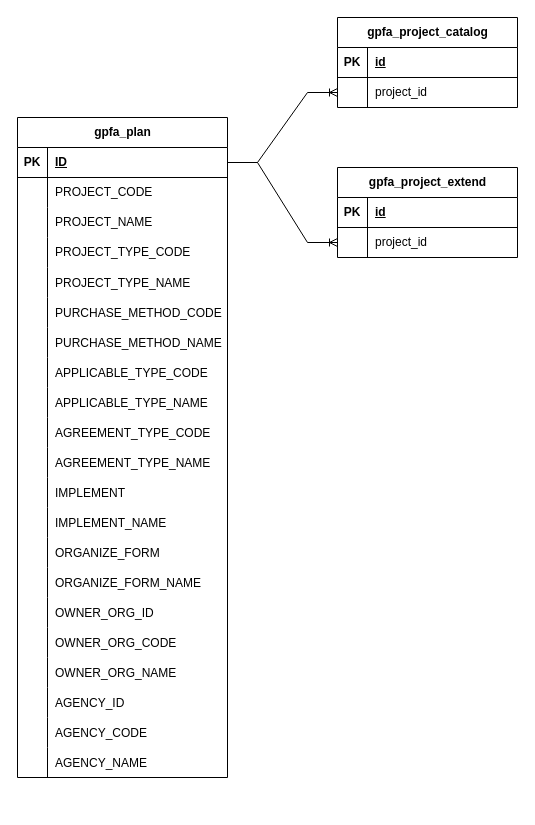
Above: agtender_plan_accept.drawio in IIceBreakker/draw.io (draw.io), before the change. Source tidied: cells renumbered, new cells numbered last; positions are measured from the earlier drawing's top-left corner, leaving out a move shared by most shapes. Both pictures are drawn from the tidied source at 100%, with x=0, y=0 at pixel (17, 17).
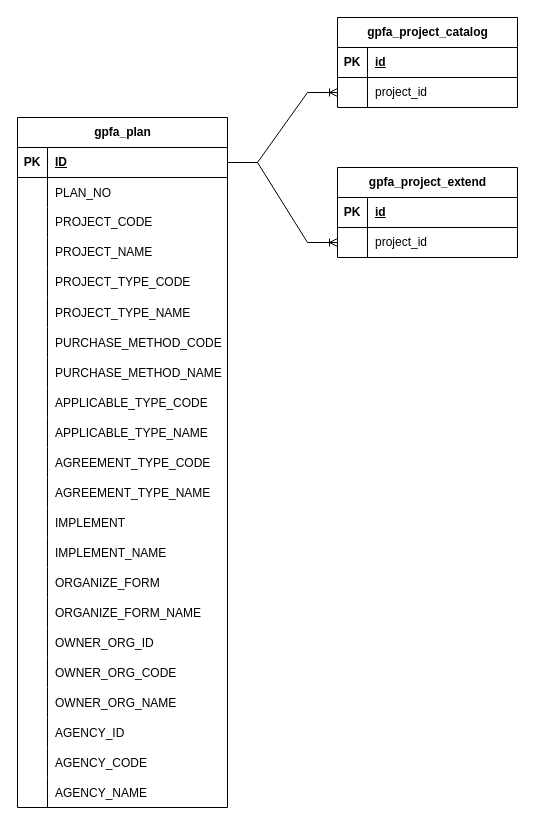
The same diagram, later.

Change to the diagram source:
```diff
@@
     <mxCell id="2" value="gpfa_plan" style="shape=table;startSize=30;childLayout=tableLayout;rowLines=0;fontStyle=1;align=center;html=1;" parent="1" vertex="1">
-      <mxGeometry y="100" width="210" height="660" as="geometry" />
+      <mxGeometry y="100" width="210" height="690" as="geometry" />
     </mxCell>
@@
+    <mxCell id="82" style="shape=tableRow;horizontal=0;startSize=0;swimlaneHead=0;swimlaneBody=0;fillColor=none;top=0;left=0;right=0;bottom=0;" parent="2" vertex="1">
+      <mxGeometry y="60" width="210" height="30" as="geometry" />
+    </mxCell>
+    <mxCell id="83" style="shape=partialRectangle;fillColor=none;top=0;left=0;bottom=0;right=0;overflow=hidden;" parent="82" vertex="1">
+      <mxGeometry width="30" height="30" as="geometry" />
+    </mxCell>
+    <mxCell id="84" value="PLAN_NO" style="shape=partialRectangle;fillColor=none;top=0;left=0;bottom=0;right=0;align=left;spacingLeft=6;overflow=hidden;" parent="82" vertex="1">
+      <mxGeometry x="30" width="180" height="30" as="geometry" />
+    </mxCell>
     <mxCell id="6" style="shape=tableRow;horizontal=0;startSize=0;swimlaneHead=0;swimlaneBody=0;fillColor=none;top=0;left=0;right=0;bottom=0;" parent="2" vertex="1">
-      <mxGeometry y="60" width="210" height="30" as="geometry" />
+      <mxGeometry y="90" width="210" height="30" as="geometry" />
     </mxCell>
@@
     <mxCell id="9" style="shape=tableRow;horizontal=0;startSize=0;swimlaneHead=0;swimlaneBody=0;fillColor=none;top=0;left=0;right=0;bottom=0;" parent="2" vertex="1">
-      <mxGeometry y="90" width="210" height="30" as="geometry" />
+      <mxGeometry y="120" width="210" height="30" as="geometry" />
     </mxCell>
@@
     <mxCell id="12" style="shape=tableRow;horizontal=0;startSize=0;swimlaneHead=0;swimlaneBody=0;fillColor=none;top=0;left=0;right=0;bottom=0;" parent="2" vertex="1">
-      <mxGeometry y="120" width="210" height="30" as="geometry" />
+      <mxGeometry y="150" width="210" height="30" as="geometry" />
     </mxCell>
@@
     <mxCell id="15" style="shape=tableRow;horizontal=0;startSize=0;swimlaneHead=0;swimlaneBody=0;fillColor=none;top=0;left=0;right=0;bottom=0;" parent="2" vertex="1">
-      <mxGeometry y="150" width="210" height="30" as="geometry" />
+      <mxGeometry y="180" width="210" height="30" as="geometry" />
     </mxCell>
@@
     <mxCell id="18" style="shape=tableRow;horizontal=0;startSize=0;swimlaneHead=0;swimlaneBody=0;fillColor=none;top=0;left=0;right=0;bottom=0;" parent="2" vertex="1">
-      <mxGeometry y="180" width="210" height="30" as="geometry" />
+      <mxGeometry y="210" width="210" height="30" as="geometry" />
     </mxCell>
@@
     <mxCell id="21" style="shape=tableRow;horizontal=0;startSize=0;swimlaneHead=0;swimlaneBody=0;fillColor=none;top=0;left=0;right=0;bottom=0;" parent="2" vertex="1">
-      <mxGeometry y="210" width="210" height="30" as="geometry" />
+      <mxGeometry y="240" width="210" height="30" as="geometry" />
     </mxCell>
@@
     <mxCell id="24" style="shape=tableRow;horizontal=0;startSize=0;swimlaneHead=0;swimlaneBody=0;fillColor=none;top=0;left=0;right=0;bottom=0;" parent="2" vertex="1">
-      <mxGeometry y="240" width="210" height="30" as="geometry" />
+      <mxGeometry y="270" width="210" height="30" as="geometry" />
     </mxCell>
@@
     <mxCell id="27" style="shape=tableRow;horizontal=0;startSize=0;swimlaneHead=0;swimlaneBody=0;fillColor=none;top=0;left=0;right=0;bottom=0;" parent="2" vertex="1">
-      <mxGeometry y="270" width="210" height="30" as="geometry" />
+      <mxGeometry y="300" width="210" height="30" as="geometry" />
     </mxCell>
@@
     <mxCell id="30" style="shape=tableRow;horizontal=0;startSize=0;swimlaneHead=0;swimlaneBody=0;fillColor=none;top=0;left=0;right=0;bottom=0;" parent="2" vertex="1">
-      <mxGeometry y="300" width="210" height="30" as="geometry" />
+      <mxGeometry y="330" width="210" height="30" as="geometry" />
     </mxCell>
@@
     <mxCell id="33" style="shape=tableRow;horizontal=0;startSize=0;swimlaneHead=0;swimlaneBody=0;fillColor=none;top=0;left=0;right=0;bottom=0;" parent="2" vertex="1">
-      <mxGeometry y="330" width="210" height="30" as="geometry" />
+      <mxGeometry y="360" width="210" height="30" as="geometry" />
     </mxCell>
@@
     <mxCell id="36" style="shape=tableRow;horizontal=0;startSize=0;swimlaneHead=0;swimlaneBody=0;fillColor=none;top=0;left=0;right=0;bottom=0;" parent="2" vertex="1">
-      <mxGeometry y="360" width="210" height="30" as="geometry" />
+      <mxGeometry y="390" width="210" height="30" as="geometry" />
     </mxCell>
@@
     <mxCell id="39" style="shape=tableRow;horizontal=0;startSize=0;swimlaneHead=0;swimlaneBody=0;fillColor=none;top=0;left=0;right=0;bottom=0;" parent="2" vertex="1">
-      <mxGeometry y="390" width="210" height="30" as="geometry" />
+      <mxGeometry y="420" width="210" height="30" as="geometry" />
     </mxCell>
@@
     <mxCell id="42" style="shape=tableRow;horizontal=0;startSize=0;swimlaneHead=0;swimlaneBody=0;fillColor=none;top=0;left=0;right=0;bottom=0;" parent="2" vertex="1">
-      <mxGeometry y="420" width="210" height="30" as="geometry" />
+      <mxGeometry y="450" width="210" height="30" as="geometry" />
     </mxCell>
@@
     <mxCell id="45" style="shape=tableRow;horizontal=0;startSize=0;swimlaneHead=0;swimlaneBody=0;fillColor=none;top=0;left=0;right=0;bottom=0;" parent="2" vertex="1">
-      <mxGeometry y="450" width="210" height="30" as="geometry" />
+      <mxGeometry y="480" width="210" height="30" as="geometry" />
     </mxCell>
@@
     <mxCell id="48" style="shape=tableRow;horizontal=0;startSize=0;swimlaneHead=0;swimlaneBody=0;fillColor=none;top=0;left=0;right=0;bottom=0;" parent="2" vertex="1">
-      <mxGeometry y="480" width="210" height="30" as="geometry" />
+      <mxGeometry y="510" width="210" height="30" as="geometry" />
     </mxCell>
@@
     <mxCell id="51" style="shape=tableRow;horizontal=0;startSize=0;swimlaneHead=0;swimlaneBody=0;fillColor=none;top=0;left=0;right=0;bottom=0;" parent="2" vertex="1">
-      <mxGeometry y="510" width="210" height="30" as="geometry" />
+      <mxGeometry y="540" width="210" height="30" as="geometry" />
     </mxCell>
@@
     <mxCell id="54" style="shape=tableRow;horizontal=0;startSize=0;swimlaneHead=0;swimlaneBody=0;fillColor=none;top=0;left=0;right=0;bottom=0;" parent="2" vertex="1">
-      <mxGeometry y="540" width="210" height="30" as="geometry" />
+      <mxGeometry y="570" width="210" height="30" as="geometry" />
     </mxCell>
@@
     <mxCell id="57" style="shape=tableRow;horizontal=0;startSize=0;swimlaneHead=0;swimlaneBody=0;fillColor=none;top=0;left=0;right=0;bottom=0;" parent="2" vertex="1">
-      <mxGeometry y="570" width="210" height="30" as="geometry" />
+      <mxGeometry y="600" width="210" height="30" as="geometry" />
     </mxCell>
@@
     <mxCell id="60" style="shape=tableRow;horizontal=0;startSize=0;swimlaneHead=0;swimlaneBody=0;fillColor=none;top=0;left=0;right=0;bottom=0;" parent="2" vertex="1">
-      <mxGeometry y="600" width="210" height="30" as="geometry" />
+      <mxGeometry y="630" width="210" height="30" as="geometry" />
     </mxCell>
@@
     <mxCell id="63" style="shape=tableRow;horizontal=0;startSize=0;swimlaneHead=0;swimlaneBody=0;fillColor=none;top=0;left=0;right=0;bottom=0;" parent="2" vertex="1">
-      <mxGeometry y="630" width="210" height="30" as="geometry" />
+      <mxGeometry y="660" width="210" height="30" as="geometry" />
     </mxCell>
```
